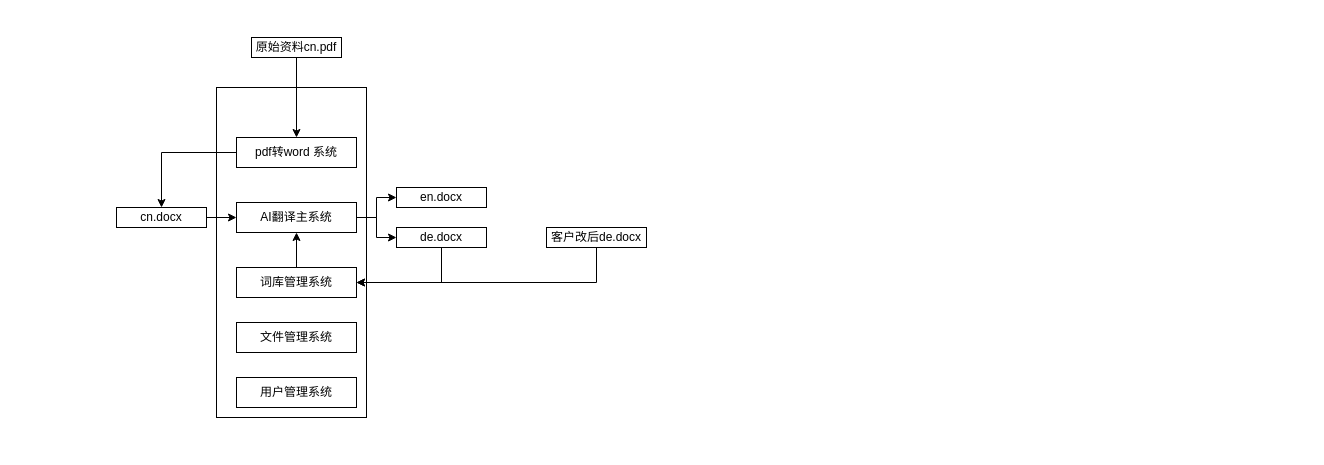
jensen1404ai-bit/Draw.io keeps this draw.io diagram as AI翻译系统.drawio. Above is the earlier version. Source tidied: cells renumbered, new cells numbered last; positions are measured from the earlier drawing's top-left corner, leaving out a move shared by most shapes. Both pictures are drawn from the tidied source at 100%, with x=0, y=0 at pixel (116, 37).
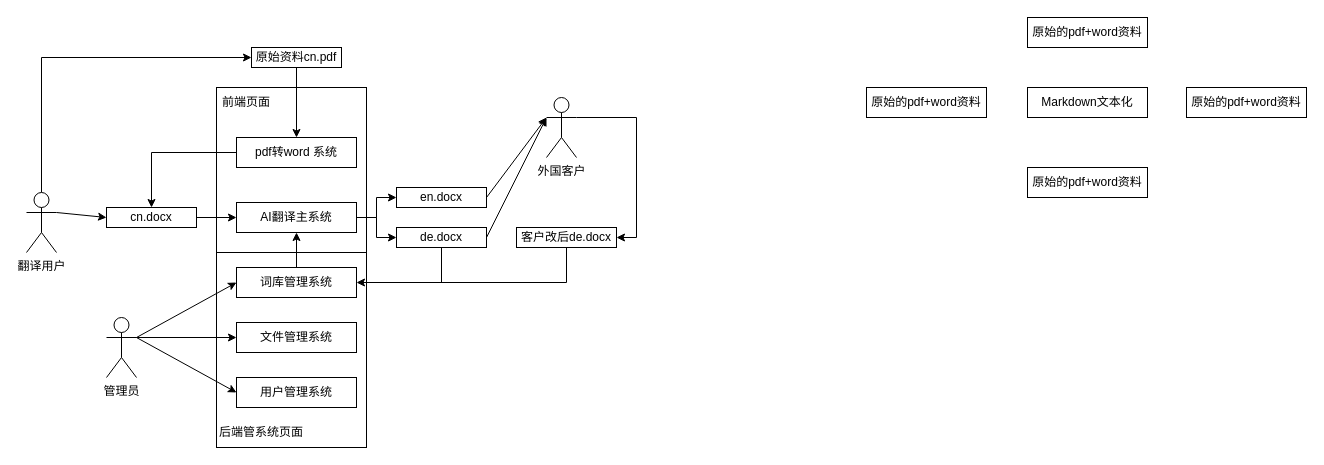
The same page after the edit.

Commit message:
更新AI翻译系统.drawio

Unchanged cells that the change refers to:
```xml
<mxCell id="8" value="en.docx" style="rounded=0;whiteSpace=wrap;html=1;" parent="1" vertex="1">
  <mxGeometry x="280" y="150" width="90" height="20" as="geometry" />
</mxCell>
<mxCell id="10" value="de.docx" style="rounded=0;whiteSpace=wrap;html=1;" parent="1" vertex="1">
  <mxGeometry x="280" y="190" width="90" height="20" as="geometry" />
</mxCell>
<mxCell id="16" value="&lt;span style=&quot;background-color: transparent; color: light-dark(rgb(0, 0, 0), rgb(255, 255, 255));&quot;&gt;词库管理系统&lt;/span&gt;" style="rounded=0;whiteSpace=wrap;html=1;" parent="1" vertex="1">
  <mxGeometry x="120" y="230" width="120" height="30" as="geometry" />
</mxCell>
<mxCell id="17" value="&lt;span style=&quot;background-color: transparent; color: light-dark(rgb(0, 0, 0), rgb(255, 255, 255));&quot;&gt;文件管理系统&lt;/span&gt;" style="rounded=0;whiteSpace=wrap;html=1;" parent="1" vertex="1">
  <mxGeometry x="120" y="285" width="120" height="30" as="geometry" />
</mxCell>
<mxCell id="18" value="&lt;span style=&quot;background-color: transparent; color: light-dark(rgb(0, 0, 0), rgb(255, 255, 255));&quot;&gt;用户管理系统&lt;/span&gt;" style="rounded=0;whiteSpace=wrap;html=1;" parent="1" vertex="1">
  <mxGeometry x="120" y="340" width="120" height="30" as="geometry" />
</mxCell>
```

Change to the diagram source:
```diff
@@
     <mxCell id="7" value="cn.docx" style="rounded=0;whiteSpace=wrap;html=1;" parent="1" vertex="1">
-      <mxGeometry y="170" width="90" height="20" as="geometry" />
+      <mxGeometry x="-10" y="170" width="90" height="20" as="geometry" />
     </mxCell>
@@
+    <mxCell id="21" style="rounded=0;jettySize=auto;html=1;exitX=1;exitY=0.5;exitDx=0;exitDy=0;" parent="1" edge="1" source="10">
+      <mxGeometry relative="1" as="geometry">
+        <mxPoint x="430" y="80" as="targetPoint" />
+      </mxGeometry>
+    </mxCell>
@@
     <mxCell id="12" value="原始资料cn.pdf" style="rounded=0;whiteSpace=wrap;html=1;" parent="1" vertex="1">
-      <mxGeometry x="135" width="90" height="20" as="geometry" />
+      <mxGeometry x="135" y="10" width="90" height="20" as="geometry" />
     </mxCell>
@@
+    <mxCell id="22" style="rounded=0;whiteSpace=wrap;html=1;" parent="1" vertex="1">
+      <mxGeometry x="100" y="215" width="150" height="195" as="geometry" />
+    </mxCell>
@@
     <mxCell id="20" value="客户改后de.docx" style="rounded=0;whiteSpace=wrap;html=1;" parent="1" vertex="1">
-      <mxGeometry x="430" y="190" width="100" height="20" as="geometry" />
+      <mxGeometry x="400" y="190" width="100" height="20" as="geometry" />
     </mxCell>
+    <mxCell id="23" value="前端页面" style="text;html=1;whiteSpace=wrap;strokeColor=none;fillColor=none;align=center;verticalAlign=middle;rounded=0;" parent="1" vertex="1">
+      <mxGeometry x="100" y="50" width="60" height="30" as="geometry" />
+    </mxCell>
+    <mxCell id="24" value="后端管系统页面" style="text;html=1;whiteSpace=wrap;strokeColor=none;fillColor=none;align=center;verticalAlign=middle;rounded=0;" parent="1" vertex="1">
+      <mxGeometry x="100" y="380" width="90" height="30" as="geometry" />
+    </mxCell>
+    <mxCell id="25" style="rounded=0;jettySize=auto;html=1;exitX=1;exitY=0.3333333333333333;exitDx=0;exitDy=0;exitPerimeter=0;entryX=0;entryY=0.5;entryDx=0;entryDy=0;" parent="1" edge="1" source="28" target="16">
+      <mxGeometry relative="1" as="geometry" />
+    </mxCell>
+    <mxCell id="26" style="edgeStyle=orthogonalEdgeStyle;rounded=0;jettySize=auto;html=1;exitX=1;exitY=0.3333333333333333;exitDx=0;exitDy=0;exitPerimeter=0;entryX=0;entryY=0.5;entryDx=0;entryDy=0;" parent="1" edge="1" source="28" target="17">
+      <mxGeometry relative="1" as="geometry" />
+    </mxCell>
+    <mxCell id="27" style="rounded=0;jettySize=auto;html=1;exitX=1;exitY=0.3333333333333333;exitDx=0;exitDy=0;exitPerimeter=0;entryX=0;entryY=0.5;entryDx=0;entryDy=0;" parent="1" edge="1" source="28" target="18">
+      <mxGeometry relative="1" as="geometry" />
+    </mxCell>
+    <mxCell id="28" value="管理员" style="shape=umlActor;verticalLabelPosition=bottom;verticalAlign=top;html=1;outlineConnect=0;" parent="1" vertex="1">
+      <mxGeometry x="-10" y="280" width="30" height="60" as="geometry" />
+    </mxCell>
+    <mxCell id="29" style="rounded=0;jettySize=auto;html=1;exitX=1;exitY=0.3333333333333333;exitDx=0;exitDy=0;exitPerimeter=0;entryX=0;entryY=0.5;entryDx=0;entryDy=0;" parent="1" edge="1" source="31" target="7">
+      <mxGeometry relative="1" as="geometry" />
+    </mxCell>
+    <mxCell id="30" style="edgeStyle=orthogonalEdgeStyle;rounded=0;jettySize=auto;html=1;exitX=0.5;exitY=0;exitDx=0;exitDy=0;exitPerimeter=0;entryX=0;entryY=0.5;entryDx=0;entryDy=0;" parent="1" edge="1" source="31" target="12">
+      <mxGeometry relative="1" as="geometry" />
+    </mxCell>
+    <mxCell id="31" value="翻译用户" style="shape=umlActor;verticalLabelPosition=bottom;verticalAlign=top;html=1;outlineConnect=0;" parent="1" vertex="1">
+      <mxGeometry x="-90" y="155" width="30" height="60" as="geometry" />
+    </mxCell>
+    <mxCell id="32" style="edgeStyle=orthogonalEdgeStyle;rounded=0;jettySize=auto;html=1;exitX=1;exitY=0.3333333333333333;exitDx=0;exitDy=0;exitPerimeter=0;entryX=1;entryY=0.5;entryDx=0;entryDy=0;" parent="1" edge="1" source="33" target="20">
+      <mxGeometry relative="1" as="geometry" />
+    </mxCell>
+    <mxCell id="33" value="外国客户" style="shape=umlActor;verticalLabelPosition=bottom;verticalAlign=top;html=1;outlineConnect=0;" parent="1" vertex="1">
+      <mxGeometry x="430" y="60" width="30" height="60" as="geometry" />
+    </mxCell>
+    <mxCell id="34" style="rounded=0;jettySize=auto;html=1;exitX=1;exitY=0.5;exitDx=0;exitDy=0;entryX=0;entryY=0.3333333333333333;entryDx=0;entryDy=0;entryPerimeter=0;" parent="1" edge="1" source="8" target="33">
+      <mxGeometry relative="1" as="geometry" />
+    </mxCell>
+    <mxCell id="35" value="原始的pdf+word资料" style="rounded=0;whiteSpace=wrap;html=1;" parent="1" vertex="1">
+      <mxGeometry x="911" y="-20" width="120" height="30" as="geometry" />
+    </mxCell>
+    <mxCell id="36" value="原始的pdf+word资料" style="rounded=0;whiteSpace=wrap;html=1;" parent="1" vertex="1">
+      <mxGeometry x="750" y="50" width="120" height="30" as="geometry" />
+    </mxCell>
+    <mxCell id="37" value="Markdown文本化" style="rounded=0;whiteSpace=wrap;html=1;" parent="1" vertex="1">
+      <mxGeometry x="911" y="50" width="120" height="30" as="geometry" />
+    </mxCell>
+    <mxCell id="38" value="原始的pdf+word资料" style="rounded=0;whiteSpace=wrap;html=1;" parent="1" vertex="1">
+      <mxGeometry x="1070" y="50" width="120" height="30" as="geometry" />
+    </mxCell>
+    <mxCell id="39" value="原始的pdf+word资料" style="rounded=0;whiteSpace=wrap;html=1;" parent="1" vertex="1">
+      <mxGeometry x="911" y="130" width="120" height="30" as="geometry" />
+    </mxCell>
```
